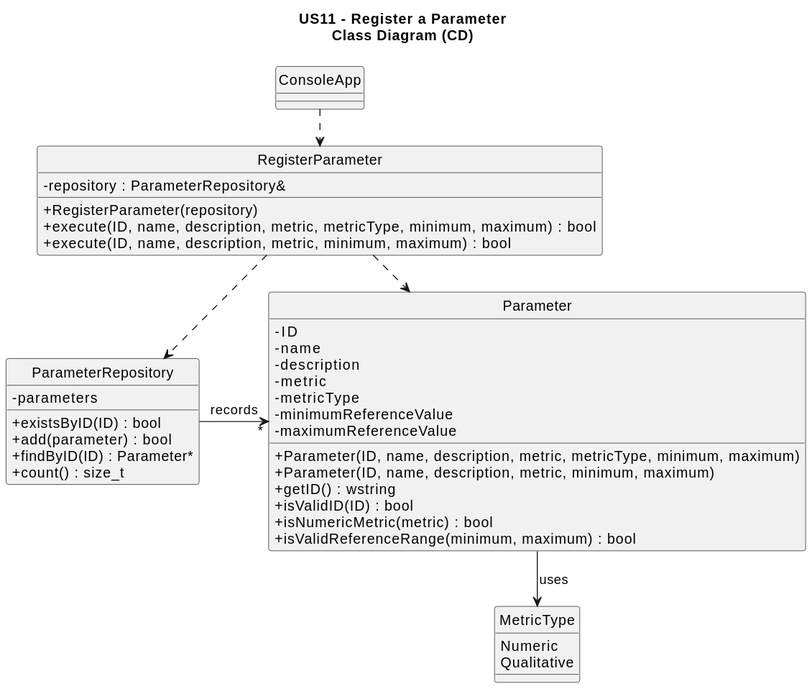
Earlier version of the PlantUML export docs/system-documentation/US11/svg/US11-CD.svg (jmaia574/leti-esoft-26-27-B6).
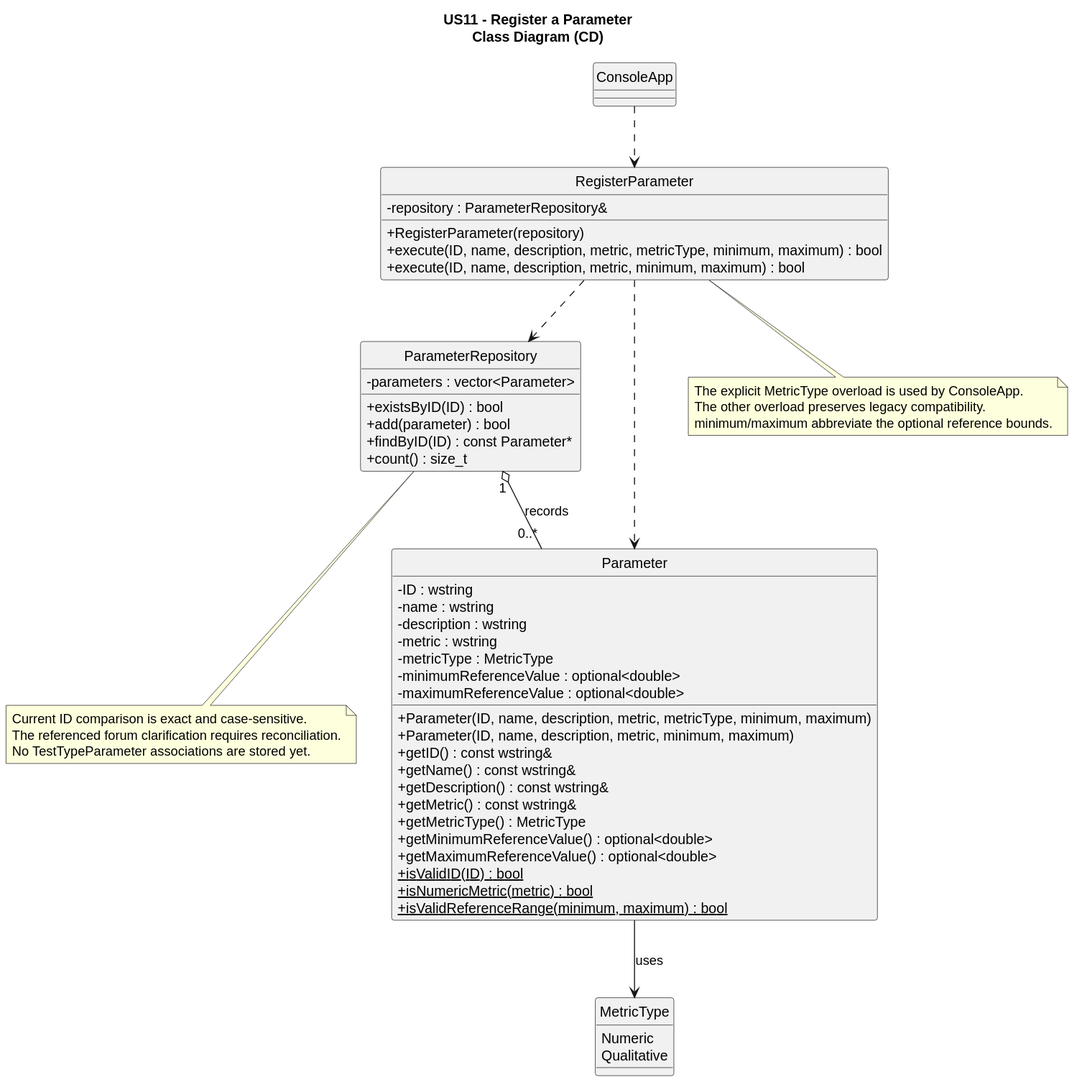
After the change.

What changed in the source:
```diff
@@ -1,5 +1,4 @@
 @startuml
-!pragma layout smetana
 title US11 - Register a Parameter\nClass Diagram (CD)
 
 hide circle
@@ -16,27 +15,33 @@
 }
 
 class ParameterRepository {
-    -parameters
+    -parameters : vector<Parameter>
     +existsByID(ID) : bool
     +add(parameter) : bool
-    +findByID(ID) : Parameter*
+    +findByID(ID) : const Parameter*
     +count() : size_t
 }
 
 class Parameter {
-    -ID
-    -name
-    -description
-    -metric
-    -metricType
-    -minimumReferenceValue
-    -maximumReferenceValue
+    -ID : wstring
+    -name : wstring
+    -description : wstring
+    -metric : wstring
+    -metricType : MetricType
+    -minimumReferenceValue : optional<double>
+    -maximumReferenceValue : optional<double>
     +Parameter(ID, name, description, metric, metricType, minimum, maximum)
     +Parameter(ID, name, description, metric, minimum, maximum)
-    +getID() : wstring
-    +isValidID(ID) : bool
-    +isNumericMetric(metric) : bool
-    +isValidReferenceRange(minimum, maximum) : bool
+    +getID() : const wstring&
+    +getName() : const wstring&
+    +getDescription() : const wstring&
+    +getMetric() : const wstring&
+    +getMetricType() : MetricType
+    +getMinimumReferenceValue() : optional<double>
+    +getMaximumReferenceValue() : optional<double>
+    +{static} isValidID(ID) : bool
+    +{static} isNumericMetric(metric) : bool
+    +{static} isValidReferenceRange(minimum, maximum) : bool
 }
 
 enum MetricType {
@@ -48,6 +53,18 @@
 RegisterParameter ..> ParameterRepository
 RegisterParameter ..> Parameter
 
-ParameterRepository -> "  * " Parameter : records
+ParameterRepository "1" o-- "0..*" Parameter : records
 Parameter --> MetricType : uses
+
+note bottom of RegisterParameter
+The explicit MetricType overload is used by ConsoleApp.
+The other overload preserves legacy compatibility.
+minimum/maximum abbreviate the optional reference bounds.
+end note
+
+note bottom of ParameterRepository
+Current ID comparison is exact and case-sensitive.
+The referenced forum clarification requires reconciliation.
+No TestTypeParameter associations are stored yet.
+end note
 @enduml
```
